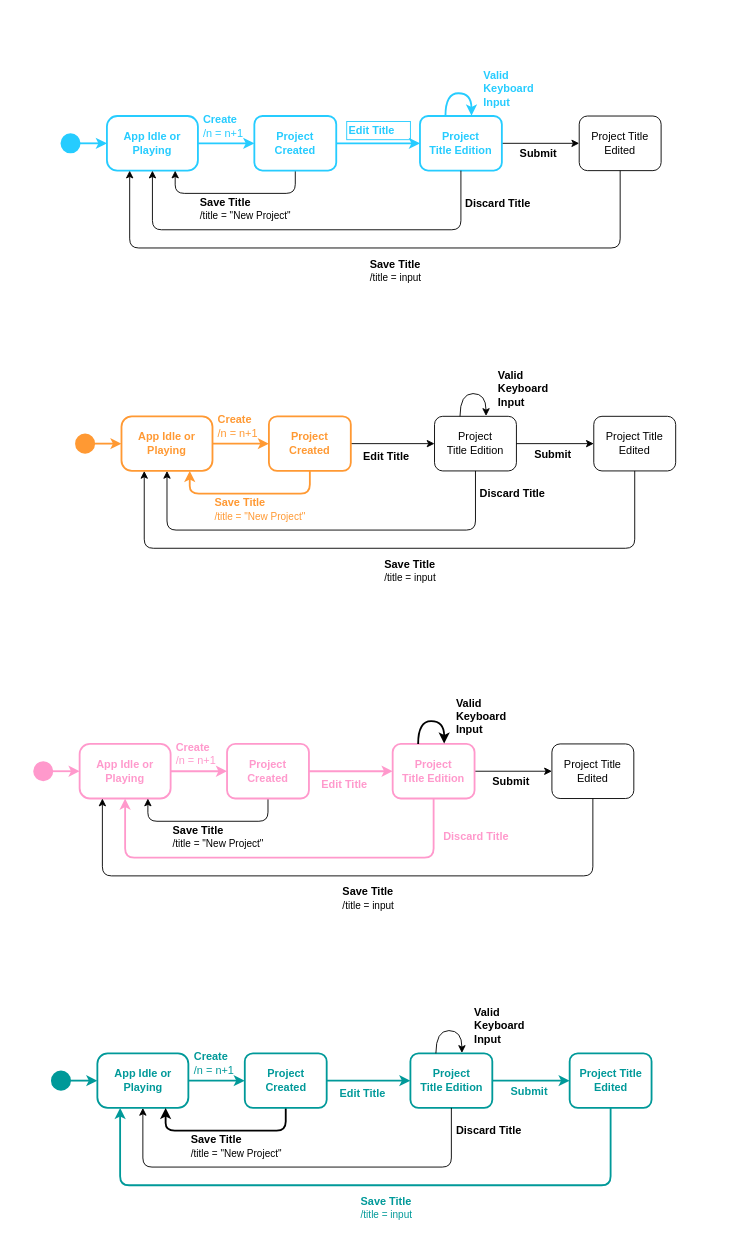
Earlier version of the draw.io diagram docs/04_assignment/schema/01_create_project/01_tests.drawio (Jumaruba/jtimesched). Source tidied: cells renumbered, new cells numbered last; positions are measured from the earlier drawing's top-left corner, leaving out a move shared by most shapes. Both pictures are drawn from the tidied source at 91%, with x=0, y=0 at pixel (34, 67).
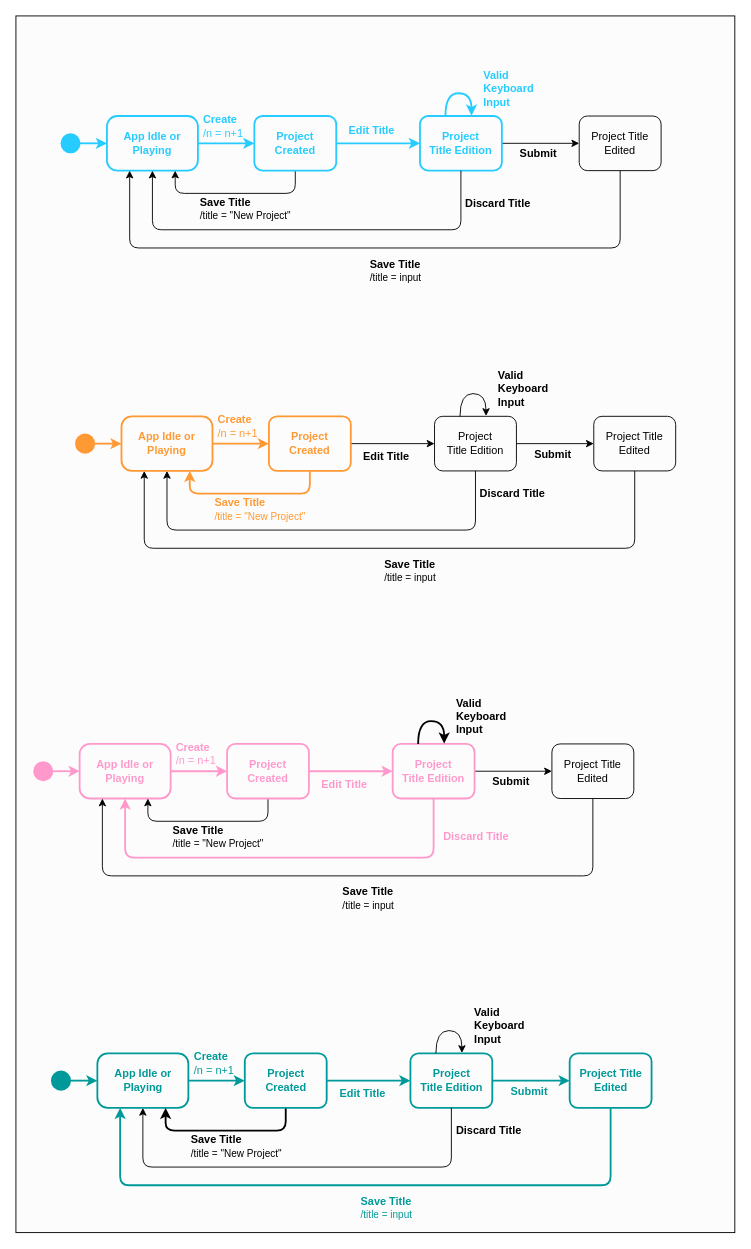
After the change.

Diff of the diagram source:
```diff
@@
+    <mxCell id="86" style="rounded=0;whiteSpace=wrap;html=1;fillColor=#FCFCFC;" parent="1" vertex="1">
+      <mxGeometry x="-20" y="-57" width="790" height="1337" as="geometry" />
+    </mxCell>
@@
-    <mxCell id="20" value="&lt;b&gt;&lt;font color=&quot;#26ccff&quot;&gt;Edit Title&lt;/font&gt;&lt;br&gt;&lt;/b&gt;" style="text;html=1;align=left;verticalAlign=middle;strokeColor=#26CCFF;fillColor=none;fontColor=#000000;" parent="1" vertex="1">
+    <mxCell id="20" value="&lt;b&gt;&lt;font color=&quot;#26ccff&quot;&gt;Edit Title&lt;/font&gt;&lt;br&gt;&lt;/b&gt;" style="text;html=1;align=left;verticalAlign=middle;strokeColor=none;fillColor=none;fontColor=#000000;" parent="1" vertex="1">
       <mxGeometry x="343.5" y="59" width="70" height="20" as="geometry" />
     </mxCell>
```
